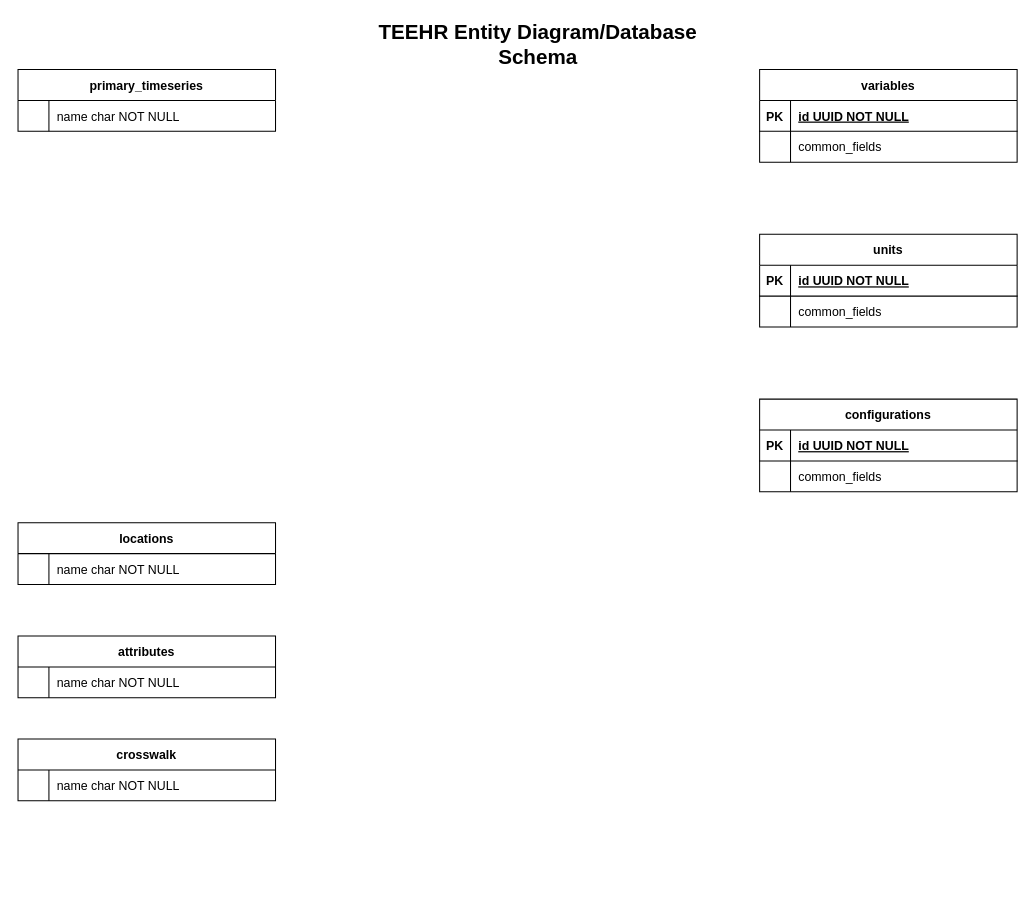
This is design/teehr-schema.drawio from RTIInternational/teehr, a draw.io file, before an edit. Source tidied: cells renumbered, new cells numbered last; positions are measured from the earlier drawing's top-left corner, leaving out a move shared by most shapes. Both pictures are drawn from the tidied source at 103%, with x=0, y=0 at pixel (18, 18).
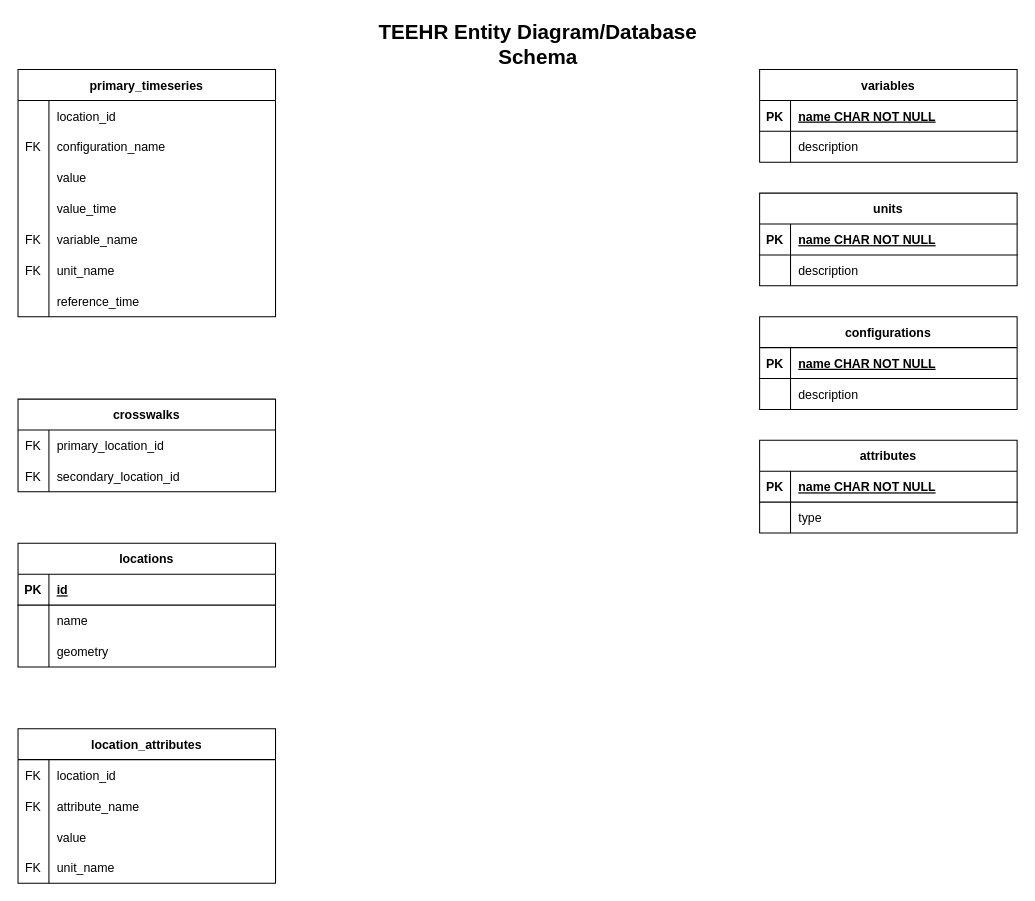
The same diagram, later.

Unchanged cells that the change refers to:
```xml
<mxCell id="8" style="shape=partialRectangle;fillColor=none;top=0;left=0;right=0;bottom=1;" parent="7" vertex="1">
  <mxGeometry y="30" width="250" height="30" as="geometry" />
</mxCell>
<mxCell id="11" style="shape=partialRectangle;fillColor=none;top=0;left=0;right=0;bottom=0;" parent="7" vertex="1">
  <mxGeometry y="60" width="250" height="30" as="geometry" />
</mxCell>
<mxCell id="33" style="shape=partialRectangle;fillColor=none;top=0;left=0;right=0;bottom=0;" parent="32" vertex="1">
  <mxGeometry y="30" width="250" height="30" as="geometry" />
</mxCell>
```

The edit, as a diff of the source:
```diff
@@
     <mxCell id="2" value="primary_timeseries" style="shape=table;startSize=30;childLayout=tableLayout;rowLines=0;fontStyle=1;align=center;" parent="1" vertex="1">
-      <mxGeometry y="50" width="250" height="60" as="geometry" />
+      <mxGeometry y="50" width="250" height="240" as="geometry" />
     </mxCell>
+    <mxCell id="40" style="shape=partialRectangle;fillColor=none;top=0;left=0;right=0;bottom=0;" parent="2" vertex="1">
+      <mxGeometry y="30" width="250" height="30" as="geometry" />
+    </mxCell>
+    <mxCell id="41" style="shape=partialRectangle;overflow=hidden;fillColor=none;top=0;left=0;bottom=0;right=0;" parent="40" vertex="1">
+      <mxGeometry width="30" height="30" as="geometry" />
+    </mxCell>
+    <mxCell id="42" value="location_id" style="shape=partialRectangle;overflow=hidden;fillColor=none;top=0;left=0;bottom=0;right=0;align=left;spacingLeft=6;" parent="40" vertex="1">
+      <mxGeometry x="30" width="220" height="30" as="geometry" />
+    </mxCell>
+    <mxCell id="43" style="shape=partialRectangle;fillColor=none;top=0;left=0;right=0;bottom=0;" parent="2" vertex="1">
+      <mxGeometry y="60" width="250" height="30" as="geometry" />
+    </mxCell>
+    <mxCell id="44" value="FK" style="shape=partialRectangle;overflow=hidden;fillColor=none;top=0;left=0;bottom=0;right=0;" parent="43" vertex="1">
+      <mxGeometry width="30" height="30" as="geometry" />
+    </mxCell>
+    <mxCell id="45" value="configuration_name" style="shape=partialRectangle;overflow=hidden;fillColor=none;top=0;left=0;bottom=0;right=0;align=left;spacingLeft=6;" parent="43" vertex="1">
+      <mxGeometry x="30" width="220" height="30" as="geometry" />
+    </mxCell>
+    <mxCell id="46" style="shape=partialRectangle;fillColor=none;top=0;left=0;right=0;bottom=0;" parent="2" vertex="1">
+      <mxGeometry y="90" width="250" height="30" as="geometry" />
+    </mxCell>
+    <mxCell id="47" style="shape=partialRectangle;overflow=hidden;fillColor=none;top=0;left=0;bottom=0;right=0;" parent="46" vertex="1">
+      <mxGeometry width="30" height="30" as="geometry" />
+    </mxCell>
+    <mxCell id="48" value="value" style="shape=partialRectangle;overflow=hidden;fillColor=none;top=0;left=0;bottom=0;right=0;align=left;spacingLeft=6;" parent="46" vertex="1">
+      <mxGeometry x="30" width="220" height="30" as="geometry" />
+    </mxCell>
     <mxCell id="3" style="shape=partialRectangle;fillColor=none;top=0;left=0;right=0;bottom=0;" parent="2" vertex="1">
-      <mxGeometry y="30" width="250" height="30" as="geometry" />
+      <mxGeometry y="120" width="250" height="30" as="geometry" />
     </mxCell>
@@
-    <mxCell id="5" value="name char NOT NULL" style="shape=partialRectangle;overflow=hidden;fillColor=none;top=0;left=0;bottom=0;right=0;align=left;spacingLeft=6;" parent="3" vertex="1">
+    <mxCell id="5" value="value_time" style="shape=partialRectangle;overflow=hidden;fillColor=none;top=0;left=0;bottom=0;right=0;align=left;spacingLeft=6;" parent="3" vertex="1">
       <mxGeometry x="30" width="220" height="30" as="geometry" />
     </mxCell>
+    <mxCell id="49" style="shape=partialRectangle;fillColor=none;top=0;left=0;right=0;bottom=0;" parent="2" vertex="1">
+      <mxGeometry y="150" width="250" height="30" as="geometry" />
+    </mxCell>
+    <mxCell id="50" value="FK" style="shape=partialRectangle;overflow=hidden;fillColor=none;top=0;left=0;bottom=0;right=0;" parent="49" vertex="1">
+      <mxGeometry width="30" height="30" as="geometry" />
+    </mxCell>
+    <mxCell id="51" value="variable_name" style="shape=partialRectangle;overflow=hidden;fillColor=none;top=0;left=0;bottom=0;right=0;align=left;spacingLeft=6;" parent="49" vertex="1">
+      <mxGeometry x="30" width="220" height="30" as="geometry" />
+    </mxCell>
+    <mxCell id="52" style="shape=partialRectangle;fillColor=none;top=0;left=0;right=0;bottom=0;" parent="2" vertex="1">
+      <mxGeometry y="180" width="250" height="30" as="geometry" />
+    </mxCell>
+    <mxCell id="53" value="FK" style="shape=partialRectangle;overflow=hidden;fillColor=none;top=0;left=0;bottom=0;right=0;" parent="52" vertex="1">
+      <mxGeometry width="30" height="30" as="geometry" />
+    </mxCell>
+    <mxCell id="54" value="unit_name" style="shape=partialRectangle;overflow=hidden;fillColor=none;top=0;left=0;bottom=0;right=0;align=left;spacingLeft=6;" parent="52" vertex="1">
+      <mxGeometry x="30" width="220" height="30" as="geometry" />
+    </mxCell>
+    <mxCell id="55" style="shape=partialRectangle;fillColor=none;top=0;left=0;right=0;bottom=0;" parent="2" vertex="1">
+      <mxGeometry y="210" width="250" height="30" as="geometry" />
+    </mxCell>
+    <mxCell id="56" style="shape=partialRectangle;overflow=hidden;fillColor=none;top=0;left=0;bottom=0;right=0;" parent="55" vertex="1">
+      <mxGeometry width="30" height="30" as="geometry" />
+    </mxCell>
+    <mxCell id="57" value="reference_time" style="shape=partialRectangle;overflow=hidden;fillColor=none;top=0;left=0;bottom=0;right=0;align=left;spacingLeft=6;" parent="55" vertex="1">
+      <mxGeometry x="30" width="220" height="30" as="geometry" />
+    </mxCell>
@@
-    <mxCell id="10" value="id UUID NOT NULL " style="shape=partialRectangle;overflow=hidden;fillColor=none;top=0;left=0;bottom=0;right=0;align=left;spacingLeft=6;fontStyle=5;" parent="8" vertex="1">
+    <mxCell id="10" value="name CHAR NOT NULL" style="shape=partialRectangle;overflow=hidden;fillColor=none;top=0;left=0;bottom=0;right=0;align=left;spacingLeft=6;fontStyle=5;" parent="8" vertex="1">
       <mxGeometry x="30" width="220" height="30" as="geometry" />
     </mxCell>
@@
-    <mxCell id="13" value="common_fields" style="shape=partialRectangle;overflow=hidden;fillColor=none;top=0;left=0;bottom=0;right=0;align=left;spacingLeft=6;" parent="11" vertex="1">
+    <mxCell id="13" value="description" style="shape=partialRectangle;overflow=hidden;fillColor=none;top=0;left=0;bottom=0;right=0;align=left;spacingLeft=6;" parent="11" vertex="1">
       <mxGeometry x="30" width="220" height="30" as="geometry" />
     </mxCell>
-    <mxCell id="14" value="units" style="shape=table;startSize=30;childLayout=tableLayout;rowLines=0;fontStyle=1;align=center;" parent="1" vertex="1">
-      <mxGeometry x="720" y="210" width="250" height="90" as="geometry" />
-    </mxCell>
-    <mxCell id="15" style="shape=partialRectangle;fillColor=none;top=0;left=0;right=0;bottom=1;" parent="14" vertex="1">
-      <mxGeometry y="30" width="250" height="30" as="geometry" />
-    </mxCell>
-    <mxCell id="16" value="PK" style="shape=partialRectangle;overflow=hidden;fillColor=none;top=0;left=0;bottom=0;right=0;fontStyle=1;" parent="15" vertex="1">
-      <mxGeometry width="30" height="30" as="geometry" />
-    </mxCell>
-    <mxCell id="17" value="id UUID NOT NULL " style="shape=partialRectangle;overflow=hidden;fillColor=none;top=0;left=0;bottom=0;right=0;align=left;spacingLeft=6;fontStyle=5;" parent="15" vertex="1">
-      <mxGeometry x="30" width="220" height="30" as="geometry" />
-    </mxCell>
-    <mxCell id="18" style="shape=partialRectangle;fillColor=none;top=0;left=0;right=0;bottom=0;" parent="14" vertex="1">
-      <mxGeometry y="60" width="250" height="30" as="geometry" />
-    </mxCell>
-    <mxCell id="19" style="shape=partialRectangle;overflow=hidden;fillColor=none;top=0;left=0;bottom=0;right=0;" parent="18" vertex="1">
-      <mxGeometry width="30" height="30" as="geometry" />
-    </mxCell>
-    <mxCell id="20" value="common_fields" style="shape=partialRectangle;overflow=hidden;fillColor=none;top=0;left=0;bottom=0;right=0;align=left;spacingLeft=6;" parent="18" vertex="1">
-      <mxGeometry x="30" width="220" height="30" as="geometry" />
-    </mxCell>
-    <mxCell id="21" value="configurations" style="shape=table;startSize=30;childLayout=tableLayout;rowLines=0;fontStyle=1;align=center;" parent="1" vertex="1">
-      <mxGeometry x="720" y="370" width="250" height="90" as="geometry" />
-    </mxCell>
-    <mxCell id="22" style="shape=partialRectangle;fillColor=none;top=0;left=0;right=0;bottom=1;" parent="21" vertex="1">
-      <mxGeometry y="30" width="250" height="30" as="geometry" />
-    </mxCell>
-    <mxCell id="23" value="PK" style="shape=partialRectangle;overflow=hidden;fillColor=none;top=0;left=0;bottom=0;right=0;fontStyle=1;" parent="22" vertex="1">
-      <mxGeometry width="30" height="30" as="geometry" />
-    </mxCell>
-    <mxCell id="24" value="id UUID NOT NULL " style="shape=partialRectangle;overflow=hidden;fillColor=none;top=0;left=0;bottom=0;right=0;align=left;spacingLeft=6;fontStyle=5;" parent="22" vertex="1">
-      <mxGeometry x="30" width="220" height="30" as="geometry" />
-    </mxCell>
-    <mxCell id="25" style="shape=partialRectangle;fillColor=none;top=0;left=0;right=0;bottom=0;" parent="21" vertex="1">
-      <mxGeometry y="60" width="250" height="30" as="geometry" />
-    </mxCell>
-    <mxCell id="26" style="shape=partialRectangle;overflow=hidden;fillColor=none;top=0;left=0;bottom=0;right=0;" parent="25" vertex="1">
-      <mxGeometry width="30" height="30" as="geometry" />
-    </mxCell>
-    <mxCell id="27" value="common_fields" style="shape=partialRectangle;overflow=hidden;fillColor=none;top=0;left=0;bottom=0;right=0;align=left;spacingLeft=6;" parent="25" vertex="1">
-      <mxGeometry x="30" width="220" height="30" as="geometry" />
-    </mxCell>
-    <mxCell id="28" value="locations" style="shape=table;startSize=30;childLayout=tableLayout;rowLines=0;fontStyle=1;align=center;" parent="1" vertex="1">
-      <mxGeometry y="490" width="250" height="60" as="geometry" />
-    </mxCell>
-    <mxCell id="29" style="shape=partialRectangle;fillColor=none;top=0;left=0;right=0;bottom=0;" parent="28" vertex="1">
-      <mxGeometry y="30" width="250" height="30" as="geometry" />
-    </mxCell>
-    <mxCell id="30" style="shape=partialRectangle;overflow=hidden;fillColor=none;top=0;left=0;bottom=0;right=0;" parent="29" vertex="1">
-      <mxGeometry width="30" height="30" as="geometry" />
-    </mxCell>
-    <mxCell id="31" value="name char NOT NULL" style="shape=partialRectangle;overflow=hidden;fillColor=none;top=0;left=0;bottom=0;right=0;align=left;spacingLeft=6;" parent="29" vertex="1">
-      <mxGeometry x="30" width="220" height="30" as="geometry" />
-    </mxCell>
-    <mxCell id="32" value="attributes" style="shape=table;startSize=30;childLayout=tableLayout;rowLines=0;fontStyle=1;align=center;" parent="1" vertex="1">
-      <mxGeometry y="600" width="250" height="60" as="geometry" />
+    <mxCell id="32" value="location_attributes" style="shape=table;startSize=30;childLayout=tableLayout;rowLines=0;fontStyle=1;align=center;" parent="1" vertex="1">
+      <mxGeometry y="690" width="250" height="150" as="geometry" />
     </mxCell>
@@
-    <mxCell id="34" style="shape=partialRectangle;overflow=hidden;fillColor=none;top=0;left=0;bottom=0;right=0;" parent="33" vertex="1">
+    <mxCell id="34" value="FK" style="shape=partialRectangle;overflow=hidden;fillColor=none;top=0;left=0;bottom=0;right=0;" parent="33" vertex="1">
       <mxGeometry width="30" height="30" as="geometry" />
     </mxCell>
-    <mxCell id="35" value="name char NOT NULL" style="shape=partialRectangle;overflow=hidden;fillColor=none;top=0;left=0;bottom=0;right=0;align=left;spacingLeft=6;" parent="33" vertex="1">
+    <mxCell id="35" value="location_id" style="shape=partialRectangle;overflow=hidden;fillColor=none;top=0;left=0;bottom=0;right=0;align=left;spacingLeft=6;" parent="33" vertex="1">
       <mxGeometry x="30" width="220" height="30" as="geometry" />
     </mxCell>
-    <mxCell id="36" value="crosswalk" style="shape=table;startSize=30;childLayout=tableLayout;rowLines=0;fontStyle=1;align=center;" parent="1" vertex="1">
-      <mxGeometry y="700" width="250" height="60" as="geometry" />
-    </mxCell>
-    <mxCell id="37" style="shape=partialRectangle;fillColor=none;top=0;left=0;right=0;bottom=0;" parent="36" vertex="1">
-      <mxGeometry y="30" width="250" height="30" as="geometry" />
-    </mxCell>
-    <mxCell id="38" style="shape=partialRectangle;overflow=hidden;fillColor=none;top=0;left=0;bottom=0;right=0;" parent="37" vertex="1">
-      <mxGeometry width="30" height="30" as="geometry" />
-    </mxCell>
-    <mxCell id="39" value="name char NOT NULL" style="shape=partialRectangle;overflow=hidden;fillColor=none;top=0;left=0;bottom=0;right=0;align=left;spacingLeft=6;" parent="37" vertex="1">
-      <mxGeometry x="30" width="220" height="30" as="geometry" />
-    </mxCell>
+    <mxCell id="58" style="shape=partialRectangle;fillColor=none;top=0;left=0;right=0;bottom=0;" parent="32" vertex="1">
+      <mxGeometry y="60" width="250" height="30" as="geometry" />
+    </mxCell>
+    <mxCell id="59" value="FK" style="shape=partialRectangle;overflow=hidden;fillColor=none;top=0;left=0;bottom=0;right=0;" parent="58" vertex="1">
+      <mxGeometry width="30" height="30" as="geometry" />
+    </mxCell>
+    <mxCell id="60" value="attribute_name" style="shape=partialRectangle;overflow=hidden;fillColor=none;top=0;left=0;bottom=0;right=0;align=left;spacingLeft=6;" parent="58" vertex="1">
+      <mxGeometry x="30" width="220" height="30" as="geometry" />
+    </mxCell>
+    <mxCell id="61" style="shape=partialRectangle;fillColor=none;top=0;left=0;right=0;bottom=0;" parent="32" vertex="1">
+      <mxGeometry y="90" width="250" height="30" as="geometry" />
+    </mxCell>
+    <mxCell id="62" style="shape=partialRectangle;overflow=hidden;fillColor=none;top=0;left=0;bottom=0;right=0;" parent="61" vertex="1">
+      <mxGeometry width="30" height="30" as="geometry" />
+    </mxCell>
+    <mxCell id="63" value="value" style="shape=partialRectangle;overflow=hidden;fillColor=none;top=0;left=0;bottom=0;right=0;align=left;spacingLeft=6;" parent="61" vertex="1">
+      <mxGeometry x="30" width="220" height="30" as="geometry" />
+    </mxCell>
+    <mxCell id="64" style="shape=partialRectangle;fillColor=none;top=0;left=0;right=0;bottom=0;" parent="32" vertex="1">
+      <mxGeometry y="120" width="250" height="30" as="geometry" />
+    </mxCell>
+    <mxCell id="65" value="FK" style="shape=partialRectangle;overflow=hidden;fillColor=none;top=0;left=0;bottom=0;right=0;" parent="64" vertex="1">
+      <mxGeometry width="30" height="30" as="geometry" />
+    </mxCell>
+    <mxCell id="66" value="unit_name" style="shape=partialRectangle;overflow=hidden;fillColor=none;top=0;left=0;bottom=0;right=0;align=left;spacingLeft=6;" parent="64" vertex="1">
+      <mxGeometry x="30" width="220" height="30" as="geometry" />
+    </mxCell>
+    <mxCell id="14" value="units" style="shape=table;startSize=30;childLayout=tableLayout;rowLines=0;fontStyle=1;align=center;" parent="1" vertex="1">
+      <mxGeometry x="720" y="170" width="250" height="90" as="geometry" />
+    </mxCell>
+    <mxCell id="67" style="shape=partialRectangle;fillColor=none;top=0;left=0;right=0;bottom=1;" parent="14" vertex="1">
+      <mxGeometry y="30" width="250" height="30" as="geometry" />
+    </mxCell>
+    <mxCell id="68" value="PK" style="shape=partialRectangle;overflow=hidden;fillColor=none;top=0;left=0;bottom=0;right=0;fontStyle=1;" parent="67" vertex="1">
+      <mxGeometry width="30" height="30" as="geometry" />
+    </mxCell>
+    <mxCell id="69" value="name CHAR NOT NULL" style="shape=partialRectangle;overflow=hidden;fillColor=none;top=0;left=0;bottom=0;right=0;align=left;spacingLeft=6;fontStyle=5;" parent="67" vertex="1">
+      <mxGeometry x="30" width="220" height="30" as="geometry" />
+    </mxCell>
+    <mxCell id="70" style="shape=partialRectangle;fillColor=none;top=0;left=0;right=0;bottom=0;" parent="14" vertex="1">
+      <mxGeometry y="60" width="250" height="30" as="geometry" />
+    </mxCell>
+    <mxCell id="71" style="shape=partialRectangle;overflow=hidden;fillColor=none;top=0;left=0;bottom=0;right=0;" parent="70" vertex="1">
+      <mxGeometry width="30" height="30" as="geometry" />
+    </mxCell>
+    <mxCell id="72" value="description" style="shape=partialRectangle;overflow=hidden;fillColor=none;top=0;left=0;bottom=0;right=0;align=left;spacingLeft=6;" parent="70" vertex="1">
+      <mxGeometry x="30" width="220" height="30" as="geometry" />
+    </mxCell>
+    <mxCell id="21" value="configurations" style="shape=table;startSize=30;childLayout=tableLayout;rowLines=0;fontStyle=1;align=center;" parent="1" vertex="1">
+      <mxGeometry x="720" y="290" width="250" height="90" as="geometry" />
+    </mxCell>
+    <mxCell id="73" style="shape=partialRectangle;fillColor=none;top=0;left=0;right=0;bottom=1;" parent="21" vertex="1">
+      <mxGeometry y="30" width="250" height="30" as="geometry" />
+    </mxCell>
+    <mxCell id="74" value="PK" style="shape=partialRectangle;overflow=hidden;fillColor=none;top=0;left=0;bottom=0;right=0;fontStyle=1;" parent="73" vertex="1">
+      <mxGeometry width="30" height="30" as="geometry" />
+    </mxCell>
+    <mxCell id="75" value="name CHAR NOT NULL" style="shape=partialRectangle;overflow=hidden;fillColor=none;top=0;left=0;bottom=0;right=0;align=left;spacingLeft=6;fontStyle=5;" parent="73" vertex="1">
+      <mxGeometry x="30" width="220" height="30" as="geometry" />
+    </mxCell>
+    <mxCell id="76" style="shape=partialRectangle;fillColor=none;top=0;left=0;right=0;bottom=0;" parent="21" vertex="1">
+      <mxGeometry y="60" width="250" height="30" as="geometry" />
+    </mxCell>
+    <mxCell id="77" style="shape=partialRectangle;overflow=hidden;fillColor=none;top=0;left=0;bottom=0;right=0;" parent="76" vertex="1">
+      <mxGeometry width="30" height="30" as="geometry" />
+    </mxCell>
+    <mxCell id="78" value="description" style="shape=partialRectangle;overflow=hidden;fillColor=none;top=0;left=0;bottom=0;right=0;align=left;spacingLeft=6;" parent="76" vertex="1">
+      <mxGeometry x="30" width="220" height="30" as="geometry" />
+    </mxCell>
+    <mxCell id="79" value="crosswalks" style="shape=table;startSize=30;childLayout=tableLayout;rowLines=0;fontStyle=1;align=center;" parent="1" vertex="1">
+      <mxGeometry y="370" width="250" height="90" as="geometry" />
+    </mxCell>
+    <mxCell id="80" style="shape=partialRectangle;fillColor=none;top=0;left=0;right=0;bottom=0;" parent="79" vertex="1">
+      <mxGeometry y="30" width="250" height="30" as="geometry" />
+    </mxCell>
+    <mxCell id="81" value="FK" style="shape=partialRectangle;overflow=hidden;fillColor=none;top=0;left=0;bottom=0;right=0;" parent="80" vertex="1">
+      <mxGeometry width="30" height="30" as="geometry" />
+    </mxCell>
+    <mxCell id="82" value="primary_location_id" style="shape=partialRectangle;overflow=hidden;fillColor=none;top=0;left=0;bottom=0;right=0;align=left;spacingLeft=6;" parent="80" vertex="1">
+      <mxGeometry x="30" width="220" height="30" as="geometry" />
+    </mxCell>
+    <mxCell id="83" style="shape=partialRectangle;fillColor=none;top=0;left=0;right=0;bottom=0;" parent="79" vertex="1">
+      <mxGeometry y="60" width="250" height="30" as="geometry" />
+    </mxCell>
+    <mxCell id="84" value="FK" style="shape=partialRectangle;overflow=hidden;fillColor=none;top=0;left=0;bottom=0;right=0;" parent="83" vertex="1">
+      <mxGeometry width="30" height="30" as="geometry" />
+    </mxCell>
+    <mxCell id="85" value="secondary_location_id" style="shape=partialRectangle;overflow=hidden;fillColor=none;top=0;left=0;bottom=0;right=0;align=left;spacingLeft=6;" parent="83" vertex="1">
+      <mxGeometry x="30" width="220" height="30" as="geometry" />
+    </mxCell>
+    <mxCell id="86" value="attributes" style="shape=table;startSize=30;childLayout=tableLayout;rowLines=0;fontStyle=1;align=center;" parent="1" vertex="1">
+      <mxGeometry x="720" y="410" width="250" height="90" as="geometry" />
+    </mxCell>
+    <mxCell id="87" style="shape=partialRectangle;fillColor=none;top=0;left=0;right=0;bottom=1;" parent="86" vertex="1">
+      <mxGeometry y="30" width="250" height="30" as="geometry" />
+    </mxCell>
+    <mxCell id="88" value="PK" style="shape=partialRectangle;overflow=hidden;fillColor=none;top=0;left=0;bottom=0;right=0;fontStyle=1;" parent="87" vertex="1">
+      <mxGeometry width="30" height="30" as="geometry" />
+    </mxCell>
+    <mxCell id="89" value="name CHAR NOT NULL" style="shape=partialRectangle;overflow=hidden;fillColor=none;top=0;left=0;bottom=0;right=0;align=left;spacingLeft=6;fontStyle=5;" parent="87" vertex="1">
+      <mxGeometry x="30" width="220" height="30" as="geometry" />
+    </mxCell>
+    <mxCell id="90" style="shape=partialRectangle;fillColor=none;top=0;left=0;right=0;bottom=0;" parent="86" vertex="1">
+      <mxGeometry y="60" width="250" height="30" as="geometry" />
+    </mxCell>
+    <mxCell id="91" style="shape=partialRectangle;overflow=hidden;fillColor=none;top=0;left=0;bottom=0;right=0;" parent="90" vertex="1">
+      <mxGeometry width="30" height="30" as="geometry" />
+    </mxCell>
+    <mxCell id="92" value="type" style="shape=partialRectangle;overflow=hidden;fillColor=none;top=0;left=0;bottom=0;right=0;align=left;spacingLeft=6;" parent="90" vertex="1">
+      <mxGeometry x="30" width="220" height="30" as="geometry" />
+    </mxCell>
+    <mxCell id="28" value="locations" style="shape=table;startSize=30;childLayout=tableLayout;rowLines=0;fontStyle=1;align=center;" parent="1" vertex="1">
+      <mxGeometry y="510" width="250" height="120" as="geometry" />
+    </mxCell>
+    <mxCell id="93" style="shape=partialRectangle;fillColor=none;top=0;left=0;right=0;bottom=1;" parent="28" vertex="1">
+      <mxGeometry y="30" width="250" height="30" as="geometry" />
+    </mxCell>
+    <mxCell id="94" value="PK" style="shape=partialRectangle;overflow=hidden;fillColor=none;top=0;left=0;bottom=0;right=0;fontStyle=1;" parent="93" vertex="1">
+      <mxGeometry width="30" height="30" as="geometry" />
+    </mxCell>
+    <mxCell id="95" value="id" style="shape=partialRectangle;overflow=hidden;fillColor=none;top=0;left=0;bottom=0;right=0;align=left;spacingLeft=6;fontStyle=5;" parent="93" vertex="1">
+      <mxGeometry x="30" width="220" height="30" as="geometry" />
+    </mxCell>
+    <mxCell id="96" style="shape=partialRectangle;fillColor=none;top=0;left=0;right=0;bottom=0;" parent="28" vertex="1">
+      <mxGeometry y="60" width="250" height="30" as="geometry" />
+    </mxCell>
+    <mxCell id="97" style="shape=partialRectangle;overflow=hidden;fillColor=none;top=0;left=0;bottom=0;right=0;" parent="96" vertex="1">
+      <mxGeometry width="30" height="30" as="geometry" />
+    </mxCell>
+    <mxCell id="98" value="name" style="shape=partialRectangle;overflow=hidden;fillColor=none;top=0;left=0;bottom=0;right=0;align=left;spacingLeft=6;" parent="96" vertex="1">
+      <mxGeometry x="30" width="220" height="30" as="geometry" />
+    </mxCell>
+    <mxCell id="99" style="shape=partialRectangle;fillColor=none;top=0;left=0;right=0;bottom=0;" parent="28" vertex="1">
+      <mxGeometry y="90" width="250" height="30" as="geometry" />
+    </mxCell>
+    <mxCell id="100" style="shape=partialRectangle;overflow=hidden;fillColor=none;top=0;left=0;bottom=0;right=0;" parent="99" vertex="1">
+      <mxGeometry width="30" height="30" as="geometry" />
+    </mxCell>
+    <mxCell id="101" value="geometry" style="shape=partialRectangle;overflow=hidden;fillColor=none;top=0;left=0;bottom=0;right=0;align=left;spacingLeft=6;" parent="99" vertex="1">
+      <mxGeometry x="30" width="220" height="30" as="geometry" />
+    </mxCell>
```
